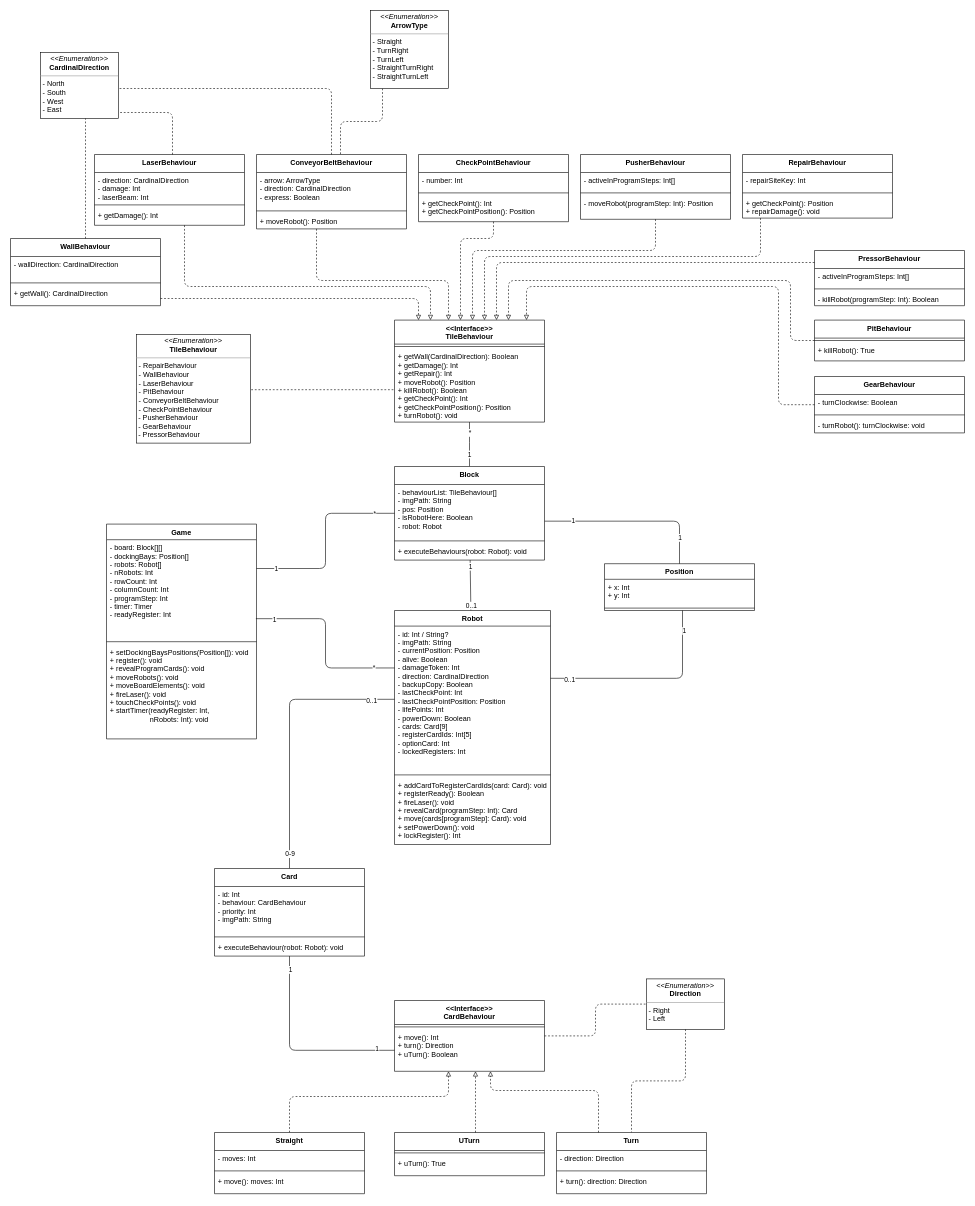
The draw.io diagram page "Page-1" (1 of 3) of server/documentation_server/gameClassDiagram.drawio in moritzscheer/swp2022a, before the edit. Source tidied: cells renumbered, new cells numbered last; positions are measured from the earlier drawing's top-left corner, leaving out a move shared by most shapes. Both pictures are drawn from the tidied source at 60%, with x=0, y=0 at pixel (10, 10).
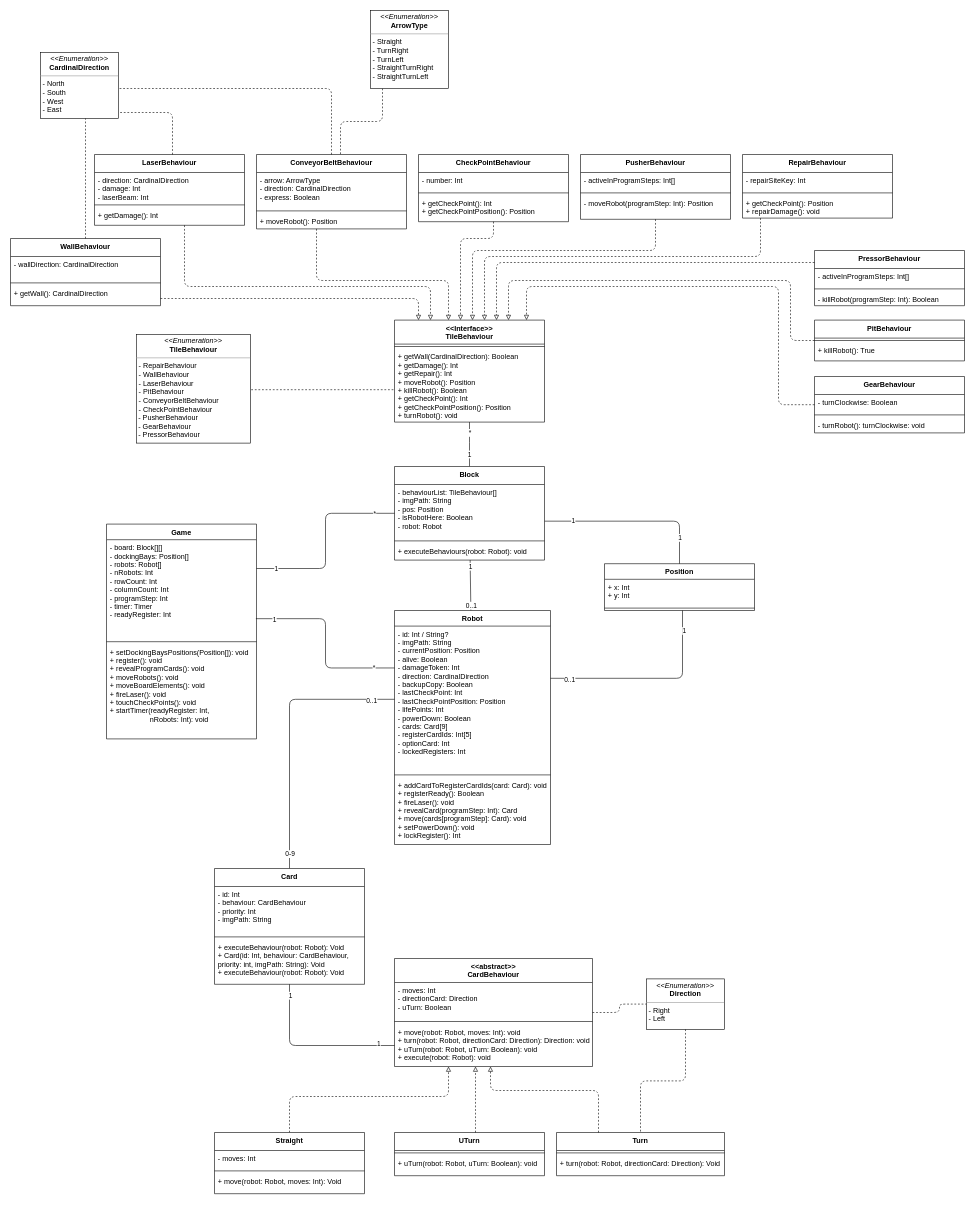
The same page after the edit.

Unchanged cells that the change refers to:
```xml
<mxCell id="106" value="Straight" style="swimlane;fontStyle=1;align=center;verticalAlign=top;horizontal=1;startSize=30;" parent="1" vertex="1">
  <mxGeometry x="340" y="1870" width="250" height="102" as="geometry" />
</mxCell>
<mxCell id="110" value="UTurn" style="swimlane;fontStyle=1;align=center;verticalAlign=top;horizontal=1;startSize=30;" parent="1" vertex="1">
  <mxGeometry x="640" y="1870" width="250" height="72" as="geometry" />
</mxCell>
```

Diff of the diagram source:
```diff
@@
     <mxCell id="92" value="Card" style="swimlane;fontStyle=1;align=center;verticalAlign=top;horizontal=1;startSize=30;" parent="1" vertex="1">
-      <mxGeometry x="340" y="1430" width="250" height="146" as="geometry" />
+      <mxGeometry x="340" y="1430" width="250" height="193" as="geometry" />
     </mxCell>
@@
-    <mxCell id="95" value="+ executeBehaviour(robot: Robot): void" style="text;strokeColor=none;fillColor=none;align=left;verticalAlign=top;spacingLeft=4;spacingRight=4;overflow=hidden;" parent="92" vertex="1">
-      <mxGeometry y="118" width="250" height="28" as="geometry" />
+    <mxCell id="95" value="+ executeBehaviour(robot: Robot): Void&#10;+ Card(id: Int, behaviour: CardBehaviour, &#10;priority: int, imgPath: String): Void&#10;+ executeBehaviour(robot: Robot): Void" style="text;strokeColor=none;fillColor=none;align=left;verticalAlign=top;spacingLeft=4;spacingRight=4;overflow=hidden;" parent="92" vertex="1">
+      <mxGeometry y="118" width="250" height="75" as="geometry" />
     </mxCell>
@@
-    <mxCell id="97" value="&lt;&lt;Interface&gt;&gt;&#10;CardBehaviour&#10;" style="swimlane;fontStyle=1;align=center;verticalAlign=top;horizontal=1;startSize=40;" parent="1" vertex="1">
-      <mxGeometry x="640" y="1650" width="250" height="118" as="geometry" />
+    <mxCell id="97" value="&lt;&lt;abstract&gt;&gt;&#10;CardBehaviour&#10;" style="swimlane;fontStyle=1;align=center;verticalAlign=top;horizontal=1;startSize=40;" parent="1" vertex="1">
+      <mxGeometry x="640" y="1580" width="330" height="180" as="geometry" />
     </mxCell>
+    <mxCell id="119" value="- moves: Int&lt;br&gt;- directionCard: Direction&lt;br&gt;- uTurn: Boolean" style="text;html=1;align=left;verticalAlign=top;strokeColor=none;fillColor=none;imageVerticalAlign=top;spacingLeft=4;spacingRight=4;" parent="97" vertex="1">
+      <mxGeometry y="40" width="330" height="60" as="geometry" />
+    </mxCell>
     <mxCell id="98" style="line;strokeWidth=1;fillColor=none;align=left;verticalAlign=middle;spacingTop=-1;spacingLeft=3;spacingRight=3;labelPosition=right;" parent="97" vertex="1">
-      <mxGeometry y="40" width="250" height="8" as="geometry" />
+      <mxGeometry y="100" width="330" height="10" as="geometry" />
     </mxCell>
-    <mxCell id="99" value="+ move(): Int&#10;+ turn(): Direction&#10;+ uTurn(): Boolean" style="text;strokeColor=none;fillColor=none;align=left;verticalAlign=top;spacingLeft=4;spacingRight=4;overflow=hidden;points=[[0,0.5],[1,0.5]];portConstraint=eastwest;fontStyle=0;" parent="97" vertex="1">
-      <mxGeometry y="48" width="250" height="70" as="geometry" />
+    <mxCell id="99" value="+ move(robot: Robot, moves: Int): void&#10;+ turn(robot: Robot, directionCard: Direction): Direction: void&#10;+ uTurn(robot: Robot, uTurn: Boolean): void&#10;+ execute(robot: Robot): void" style="text;strokeColor=none;fillColor=none;align=left;verticalAlign=top;spacingLeft=4;spacingRight=4;overflow=hidden;points=[[0,0.5],[1,0.5]];portConstraint=eastwest;fontStyle=0;" parent="97" vertex="1">
+      <mxGeometry y="110" width="330" height="70" as="geometry" />
     </mxCell>
@@
-    <mxCell id="102" style="edgeStyle=orthogonalEdgeStyle;html=1;startArrow=none;startFill=0;endArrow=none;endFill=0;" parent="1" edge="1" source="99" target="92">
+    <mxCell id="102" style="edgeStyle=orthogonalEdgeStyle;html=1;startArrow=none;startFill=0;endArrow=none;endFill=0;entryX=0.5;entryY=1;entryDx=0;entryDy=0;" parent="1" edge="1" source="99" target="92">
       <mxGeometry relative="1" as="geometry" />
     </mxCell>
@@
-    <mxCell id="109" value="+ move(): moves: Int" style="text;strokeColor=none;fillColor=none;align=left;verticalAlign=top;spacingLeft=4;spacingRight=4;overflow=hidden;" parent="106" vertex="1">
+    <mxCell id="109" value="+ move(robot: Robot, moves: Int): Void" style="text;strokeColor=none;fillColor=none;align=left;verticalAlign=top;spacingLeft=4;spacingRight=4;overflow=hidden;" parent="106" vertex="1">
       <mxGeometry y="68" width="250" height="34" as="geometry" />
     </mxCell>
@@
-    <mxCell id="112" value="+ uTurn(): True" style="text;strokeColor=none;fillColor=none;align=left;verticalAlign=top;spacingLeft=4;spacingRight=4;overflow=hidden;" parent="110" vertex="1">
+    <mxCell id="112" value="+ uTurn(robot: Robot, uTurn: Boolean): void" style="text;strokeColor=none;fillColor=none;align=left;verticalAlign=top;spacingLeft=4;spacingRight=4;overflow=hidden;" parent="110" vertex="1">
       <mxGeometry y="38" width="250" height="34" as="geometry" />
     </mxCell>
     <mxCell id="113" value="Turn" style="swimlane;fontStyle=1;align=center;verticalAlign=top;horizontal=1;startSize=30;" parent="1" vertex="1">
-      <mxGeometry x="910" y="1870" width="250" height="102" as="geometry" />
+      <mxGeometry x="910" y="1870" width="280" height="72" as="geometry" />
     </mxCell>
-    <mxCell id="114" value="- direction: Direction" style="text;strokeColor=none;fillColor=none;align=left;verticalAlign=top;spacingLeft=4;spacingRight=4;overflow=hidden;fontStyle=0;" parent="113" vertex="1">
-      <mxGeometry y="30" width="250" height="30" as="geometry" />
-    </mxCell>
     <mxCell id="115" style="line;strokeWidth=1;fillColor=none;align=left;verticalAlign=middle;spacingTop=-1;spacingLeft=3;spacingRight=3;labelPosition=right;" parent="113" vertex="1">
-      <mxGeometry y="60" width="250" height="8" as="geometry" />
+      <mxGeometry y="30" width="280" height="8" as="geometry" />
     </mxCell>
-    <mxCell id="116" value="+ turn(): direction: Direction" style="text;strokeColor=none;fillColor=none;align=left;verticalAlign=top;spacingLeft=4;spacingRight=4;overflow=hidden;" parent="113" vertex="1">
-      <mxGeometry y="68" width="250" height="34" as="geometry" />
+    <mxCell id="116" value="+ turn(robot: Robot, directionCard: Direction): Void" style="text;strokeColor=none;fillColor=none;align=left;verticalAlign=top;spacingLeft=4;spacingRight=4;overflow=hidden;" parent="113" vertex="1">
+      <mxGeometry y="38" width="280" height="34" as="geometry" />
     </mxCell>
```
